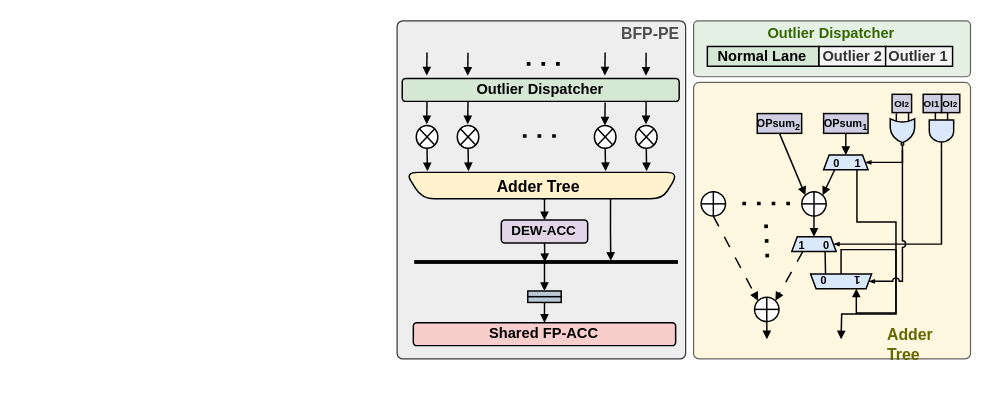
This is research1/architecture/top2_dewa_fpacc_architecture.drawio from akira2963753/research-space, a draw.io file, before an edit. Source tidied: cells renumbered, new cells numbered last; positions are measured from the earlier drawing's top-left corner, leaving out a move shared by most shapes. Both pictures are drawn from the tidied source at 122%, with x=0, y=0 at pixel (396, 21).
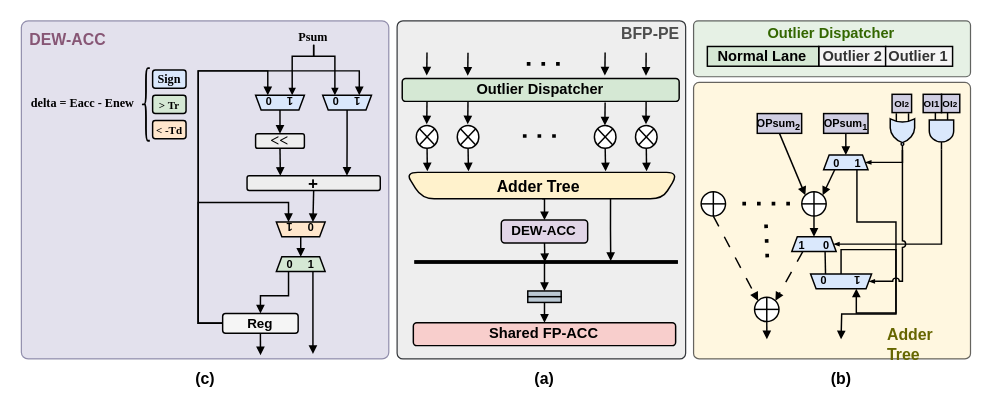
Above is the later version.

The change refers to these unchanged cells:
```xml
<mxCell id="34" style="shape=sumEllipse;perimeter=ellipsePerimeter;whiteSpace=wrap;html=1;backgroundOutline=1;strokeWidth=1.2;fontFamily= EB Garamond ;fontStyle=1;strokeColor=default;" parent="1" vertex="1">
  <mxGeometry x="15.7" y="85.3" width="17.7" height="18.8" as="geometry" />
</mxCell>
<mxCell id="36" style="shape=sumEllipse;perimeter=ellipsePerimeter;whiteSpace=wrap;html=1;backgroundOutline=1;strokeWidth=1.2;fontFamily= EB Garamond ;fontStyle=1;strokeColor=default;" parent="1" vertex="1">
  <mxGeometry x="49.3" y="85.3" width="17.7" height="18.8" as="geometry" />
</mxCell>
<mxCell id="38" style="shape=sumEllipse;perimeter=ellipsePerimeter;whiteSpace=wrap;html=1;backgroundOutline=1;strokeWidth=1.2;fontFamily= EB Garamond ;fontStyle=1;strokeColor=default;" parent="1" vertex="1">
  <mxGeometry x="161.7" y="85.3" width="17.7" height="18.8" as="geometry" />
</mxCell>
<mxCell id="40" style="shape=sumEllipse;perimeter=ellipsePerimeter;whiteSpace=wrap;html=1;backgroundOutline=1;strokeWidth=1.2;fontFamily= EB Garamond ;fontStyle=1;strokeColor=default;" parent="1" vertex="1">
  <mxGeometry x="195.4" y="85.3" width="17.7" height="18.8" as="geometry" />
</mxCell>
<mxCell id="57" value="&lt;div&gt;&lt;br&gt;&lt;/div&gt;" style="shape=trapezoid;perimeter=trapezoidPerimeter;whiteSpace=wrap;html=1;shapeInside=1;fixedSize=1;rotation=-180;size=13.349999999999909;shadow=0;strokeWidth=1.2;fillColor=#fff2cc;strokeColor=default;rounded=1;fontFamily= EB Garamond ;" parent="1" vertex="1">
  <mxGeometry x="7" y="123.8" width="223.9" height="21.6" as="geometry" />
</mxCell>
```

Diff of the diagram source:
```diff
@@
+    <mxCell id="70" style="rounded=1;whiteSpace=wrap;html=1;shadow=0;strokeWidth=1;fontFamily= EB Garamond ;fontStyle=1;glass=0;strokeColor=#56517e;fillColor=#d0cee2;arcSize=2;opacity=60;" parent="1" vertex="1">
+      <mxGeometry x="-308" y="-0.4" width="301.2" height="277.1" as="geometry" />
+    </mxCell>
@@
     <mxCell id="14" style="endArrow=none;dashed=1;html=1;dashPattern=1 3;strokeWidth=3;rounded=0;fontFamily= EB Garamond ;fontStyle=1;" parent="1" edge="1">
       <mxGeometry relative="1" as="geometry">
-        <mxPoint x="283" y="149.3" as="sourcePoint" />
-        <mxPoint x="323" y="149.3" as="targetPoint" />
+        <mxPoint x="283" y="149.4" as="sourcePoint" />
+        <mxPoint x="323" y="149.4" as="targetPoint" />
       </mxGeometry>
     </mxCell>
@@
     <mxCell id="33" style="edgeStyle=orthogonalEdgeStyle;rounded=0;jettySize=auto;html=1;exitX=0.5;exitY=1;exitDx=0;exitDy=0;strokeWidth=1.2;endSize=4;endArrow=block;endFill=1;fontFamily= EB Garamond ;" parent="1" edge="1" source="34">
       <mxGeometry relative="1" as="geometry">
-        <mxPoint x="24.8" y="122.8" as="targetPoint" />
+        <mxPoint x="24.8" y="122.9" as="targetPoint" />
       </mxGeometry>
     </mxCell>
@@
     <mxCell id="35" style="edgeStyle=orthogonalEdgeStyle;rounded=0;jettySize=auto;html=1;exitX=0.5;exitY=1;exitDx=0;exitDy=0;strokeWidth=1.2;endSize=4;endArrow=block;endFill=1;fontFamily= EB Garamond ;" parent="1" edge="1" source="36">
       <mxGeometry relative="1" as="geometry">
-        <mxPoint x="58.5" y="122.8" as="targetPoint" />
+        <mxPoint x="58.5" y="122.9" as="targetPoint" />
       </mxGeometry>
     </mxCell>
@@
     <mxCell id="37" style="edgeStyle=orthogonalEdgeStyle;rounded=0;jettySize=auto;html=1;exitX=0.5;exitY=1;exitDx=0;exitDy=0;strokeWidth=1.2;endSize=4;endArrow=block;endFill=1;fontFamily= EB Garamond ;" parent="1" edge="1" source="38">
       <mxGeometry relative="1" as="geometry">
-        <mxPoint x="170.9" y="122.8" as="targetPoint" />
+        <mxPoint x="170.9" y="122.9" as="targetPoint" />
       </mxGeometry>
     </mxCell>
@@
     <mxCell id="39" style="edgeStyle=orthogonalEdgeStyle;rounded=0;jettySize=auto;html=1;exitX=0.5;exitY=1;exitDx=0;exitDy=0;strokeWidth=1.2;endSize=4;endArrow=block;endFill=1;fontFamily= EB Garamond ;" parent="1" edge="1" source="40">
       <mxGeometry relative="1" as="geometry">
-        <mxPoint x="204.5" y="122.8" as="targetPoint" />
+        <mxPoint x="204.5" y="122.9" as="targetPoint" />
       </mxGeometry>
     </mxCell>
@@
     <mxCell id="51" style="edgeStyle=orthogonalEdgeStyle;rounded=0;orthogonalLoop=1;jettySize=auto;html=1;exitX=0.5;exitY=1;exitDx=0;exitDy=0;strokeWidth=1.2;endSize=4;endArrow=block;endFill=1;fontFamily= EB Garamond ;" parent="1" edge="1">
       <mxGeometry relative="1" as="geometry">
         <mxPoint x="24.5" y="65.6" as="sourcePoint" />
-        <mxPoint x="24.3" y="84.3" as="targetPoint" />
+        <mxPoint x="24.3" y="84.4" as="targetPoint" />
       </mxGeometry>
     </mxCell>
     <mxCell id="52" style="edgeStyle=orthogonalEdgeStyle;rounded=0;orthogonalLoop=1;jettySize=auto;html=1;exitX=0.5;exitY=1;exitDx=0;exitDy=0;strokeWidth=1.2;endSize=4;endArrow=block;endFill=1;fontFamily= EB Garamond ;" parent="1" edge="1">
       <mxGeometry relative="1" as="geometry">
         <mxPoint x="58.1" y="65.6" as="sourcePoint" />
-        <mxPoint x="57.9" y="84.3" as="targetPoint" />
+        <mxPoint x="57.9" y="84.4" as="targetPoint" />
       </mxGeometry>
     </mxCell>
@@
     <mxCell id="54" style="edgeStyle=orthogonalEdgeStyle;rounded=0;orthogonalLoop=1;jettySize=auto;html=1;exitX=0.5;exitY=1;exitDx=0;exitDy=0;strokeWidth=1.2;endSize=4;endArrow=block;endFill=1;fontFamily= EB Garamond ;" parent="1" edge="1">
       <mxGeometry relative="1" as="geometry">
         <mxPoint x="204.1" y="65.6" as="sourcePoint" />
-        <mxPoint x="204" y="84.3" as="targetPoint" />
+        <mxPoint x="204" y="84.4" as="targetPoint" />
       </mxGeometry>
     </mxCell>
@@
     <mxCell id="56" style="edgeStyle=orthogonalEdgeStyle;rounded=0;jettySize=auto;html=1;exitX=0.25;exitY=0;exitDx=0;exitDy=0;strokeWidth=1.2;endSize=4;endArrow=block;endFill=1;fontFamily= EB Garamond ;" parent="1" edge="1" source="57">
       <mxGeometry relative="1" as="geometry">
-        <mxPoint x="175.1" y="196.3" as="targetPoint" />
+        <mxPoint x="175.1" y="196.4" as="targetPoint" />
       </mxGeometry>
     </mxCell>
@@
+    <mxCell id="71" style="edgeStyle=orthogonalEdgeStyle;rounded=0;jettySize=auto;html=1;exitX=0;exitY=0.5;exitDx=0;exitDy=0;entryX=0.75;entryY=1;entryDx=0;entryDy=0;endSize=4;endArrow=block;endFill=1;strokeWidth=1.2;" parent="1" edge="1" source="75" target="94">
+      <mxGeometry relative="1" as="geometry">
+        <Array as="points">
+          <mxPoint x="-163" y="247.6" />
+          <mxPoint x="-163" y="148.5" />
+          <mxPoint x="-89" y="148.5" />
+        </Array>
+      </mxGeometry>
+    </mxCell>
+    <mxCell id="72" style="edgeStyle=orthogonalEdgeStyle;rounded=0;jettySize=auto;html=1;exitX=0;exitY=0.5;exitDx=0;exitDy=0;entryX=0.75;entryY=1;entryDx=0;entryDy=0;strokeWidth=1.2;endSize=4;endArrow=block;endFill=1;" parent="1" edge="1" source="75" target="77">
+      <mxGeometry relative="1" as="geometry">
+        <Array as="points">
+          <mxPoint x="-163" y="247.6" />
+          <mxPoint x="-163" y="40.6" />
+          <mxPoint x="-106" y="40.6" />
+        </Array>
+      </mxGeometry>
+    </mxCell>
+    <mxCell id="73" style="edgeStyle=orthogonalEdgeStyle;rounded=0;jettySize=auto;html=1;exitX=0;exitY=0.5;exitDx=0;exitDy=0;entryX=0.25;entryY=1;entryDx=0;entryDy=0;strokeWidth=1.2;endSize=4;endArrow=block;endFill=1;" parent="1" edge="1" source="75" target="83">
+      <mxGeometry relative="1" as="geometry" />
+    </mxCell>
+    <mxCell id="74" style="edgeStyle=orthogonalEdgeStyle;rounded=0;jettySize=auto;html=1;exitX=0.5;exitY=1;exitDx=0;exitDy=0;endSize=4;endArrow=block;endFill=1;strokeWidth=1.2;" parent="1" edge="1" source="75">
+      <mxGeometry relative="1" as="geometry">
+        <mxPoint x="-112" y="273.6" as="targetPoint" />
+      </mxGeometry>
+    </mxCell>
+    <mxCell id="75" value="&lt;font color=&quot;#000000&quot; face=&quot;EB Garamond&quot; style=&quot;font-size: 11px;&quot;&gt;&lt;b&gt;Reg&lt;/b&gt;&lt;/font&gt;" style="rounded=1;whiteSpace=wrap;html=1;strokeWidth=1.2;fillColor=#f5f5f5;strokeColor=default;fontColor=#333333;" parent="1" vertex="1">
+      <mxGeometry x="-143" y="239.4" width="61.9" height="16.2" as="geometry" />
+    </mxCell>
+    <mxCell id="76" style="edgeStyle=orthogonalEdgeStyle;rounded=0;jettySize=auto;html=1;exitX=0.5;exitY=0;exitDx=0;exitDy=0;entryX=0.5;entryY=0;entryDx=0;entryDy=0;endSize=4;endArrow=block;endFill=1;strokeWidth=1.2;" parent="1" edge="1" source="77" target="79">
+      <mxGeometry relative="1" as="geometry" />
+    </mxCell>
+    <mxCell id="77" value="&lt;b style=&quot;font-size: 9px;&quot;&gt;&amp;nbsp;1&amp;nbsp; &amp;nbsp; &amp;nbsp;0&amp;nbsp;&lt;/b&gt;" style="shape=trapezoid;perimeter=trapezoidPerimeter;whiteSpace=wrap;html=1;fixedSize=1;size=4.5172624259159875;rotation=-180;fillColor=#dae8fc;strokeColor=default;strokeWidth=1.2;fontFamily= EB Garamond ;align=center;" parent="1" vertex="1">
+      <mxGeometry x="-116" y="60.6" width="40" height="12" as="geometry" />
+    </mxCell>
+    <mxCell id="78" style="edgeStyle=orthogonalEdgeStyle;rounded=0;jettySize=auto;html=1;exitX=0.5;exitY=1;exitDx=0;exitDy=0;entryX=0.25;entryY=0;entryDx=0;entryDy=0;strokeWidth=1.2;endSize=4;endArrow=block;endFill=1;" parent="1" edge="1" source="79" target="82">
+      <mxGeometry relative="1" as="geometry" />
+    </mxCell>
+    <mxCell id="79" value="&lt;font style=&quot;font-size: 13px;&quot; face=&quot;Garamond&quot;&gt;&amp;lt;&amp;lt;&lt;/font&gt;" style="rounded=1;whiteSpace=wrap;html=1;fillColor=#eeeeee;strokeColor=default;strokeWidth=1.2;fontFamily= EB Garamond ;fontStyle=1;shadow=0;" parent="1" vertex="1">
+      <mxGeometry x="-116" y="92.1" width="40" height="12" as="geometry" />
+    </mxCell>
+    <mxCell id="80" style="edgeStyle=orthogonalEdgeStyle;rounded=0;jettySize=auto;html=1;exitX=0.5;exitY=0;exitDx=0;exitDy=0;entryX=0.75;entryY=0;entryDx=0;entryDy=0;endSize=4;endArrow=block;endFill=1;strokeWidth=1.2;" parent="1" edge="1" source="83" target="82">
+      <mxGeometry relative="1" as="geometry" />
+    </mxCell>
+    <mxCell id="81" style="edgeStyle=orthogonalEdgeStyle;rounded=0;jettySize=auto;html=1;exitX=0.5;exitY=1;exitDx=0;exitDy=0;entryX=0.25;entryY=1;entryDx=0;entryDy=0;endSize=4;endArrow=block;endFill=1;strokeWidth=1.2;" parent="1" edge="1" source="82" target="94">
+      <mxGeometry relative="1" as="geometry" />
+    </mxCell>
+    <mxCell id="82" value="&lt;font style=&quot;font-size: 13px;&quot; face=&quot;Lucida Console&quot;&gt;+&lt;/font&gt;" style="rounded=1;whiteSpace=wrap;html=1;fillColor=#eeeeee;strokeColor=default;strokeWidth=1.2;fontFamily= EB Garamond ;fontStyle=1;shadow=0;" parent="1" vertex="1">
+      <mxGeometry x="-123" y="126.6" width="109.2" height="12" as="geometry" />
+    </mxCell>
+    <mxCell id="83" value="&lt;font style=&quot;font-size: 9px;&quot;&gt;&lt;b style=&quot;&quot;&gt;&amp;nbsp;1&amp;nbsp; &amp;nbsp; &amp;nbsp;0&amp;nbsp;&lt;/b&gt;&lt;/font&gt;" style="shape=trapezoid;perimeter=trapezoidPerimeter;whiteSpace=wrap;html=1;fixedSize=1;size=4.5172624259159875;rotation=-180;fillColor=#dae8fc;strokeColor=default;strokeWidth=1.2;fontFamily= EB Garamond ;align=center;" parent="1" vertex="1">
+      <mxGeometry x="-61" y="60.6" width="40" height="12" as="geometry" />
+    </mxCell>
+    <mxCell id="84" style="edgeStyle=orthogonalEdgeStyle;rounded=0;jettySize=auto;html=1;exitX=0.5;exitY=1;exitDx=0;exitDy=0;entryX=0.25;entryY=1;entryDx=0;entryDy=0;endSize=3;endArrow=block;endFill=1;strokeWidth=1.2;" parent="1" edge="1" source="86" target="77">
+      <mxGeometry relative="1" as="geometry">
+        <Array as="points">
+          <mxPoint x="-68.4" y="28.6" />
+          <mxPoint x="-86" y="28.6" />
+        </Array>
+      </mxGeometry>
+    </mxCell>
+    <mxCell id="85" style="edgeStyle=orthogonalEdgeStyle;rounded=0;jettySize=auto;html=1;exitX=0.5;exitY=1;exitDx=0;exitDy=0;entryX=0.75;entryY=1;entryDx=0;entryDy=0;endSize=3;endArrow=block;endFill=1;strokeWidth=1.2;" parent="1" edge="1" source="86" target="83">
+      <mxGeometry relative="1" as="geometry">
+        <Array as="points">
+          <mxPoint x="-68.4" y="28.6" />
+          <mxPoint x="-51" y="28.6" />
+        </Array>
+      </mxGeometry>
+    </mxCell>
+    <mxCell id="86" value="&lt;font face=&quot;Garamond&quot;&gt;&lt;span style=&quot;font-size: 10px;&quot;&gt;&lt;b&gt;Psum&lt;/b&gt;&lt;/span&gt;&lt;/font&gt;" style="text;html=1;whiteSpace=wrap;strokeColor=none;fillColor=none;align=center;verticalAlign=middle;rounded=0;" parent="1" vertex="1">
+      <mxGeometry x="-82.1" y="7.1" width="27.4" height="12" as="geometry" />
+    </mxCell>
+    <mxCell id="87" value="&lt;font face=&quot;Garamond&quot; style=&quot;font-size: 10px;&quot;&gt;&lt;b style=&quot;&quot;&gt;delta = Eacc - Enew&lt;/b&gt;&lt;/font&gt;" style="text;html=1;whiteSpace=wrap;strokeColor=none;fillColor=none;align=center;verticalAlign=middle;rounded=0;" parent="1" vertex="1">
+      <mxGeometry x="-303" y="57.2" width="91.3" height="18.8" as="geometry" />
+    </mxCell>
+    <mxCell id="88" value="&lt;font style=&quot;font-size: 9px;&quot; face=&quot;Garamond&quot;&gt;&amp;lt; -Td&lt;/font&gt;" style="rounded=1;whiteSpace=wrap;html=1;fillColor=#ffe6cc;strokeColor=default;strokeWidth=1.2;fontFamily= EB Garamond ;fontStyle=1;shadow=0;" parent="1" vertex="1">
+      <mxGeometry x="-200.4" y="81.3" width="27.4" height="15" as="geometry" />
+    </mxCell>
+    <mxCell id="89" value="&lt;font style=&quot;font-size: 9px;&quot; face=&quot;Garamond&quot;&gt;&amp;gt; Tr&lt;/font&gt;" style="rounded=1;whiteSpace=wrap;html=1;fillColor=#d5e8d4;strokeColor=default;strokeWidth=1.2;fontFamily= EB Garamond ;fontStyle=1;shadow=0;" parent="1" vertex="1">
+      <mxGeometry x="-200.4" y="60.6" width="27.4" height="15" as="geometry" />
+    </mxCell>
+    <mxCell id="90" style="edgeStyle=orthogonalEdgeStyle;rounded=0;jettySize=auto;html=1;exitX=0.25;exitY=1;exitDx=0;exitDy=0;entryX=0.5;entryY=0;entryDx=0;entryDy=0;endSize=4;endArrow=block;endFill=1;strokeWidth=1.2;" parent="1" edge="1" source="92" target="75">
+      <mxGeometry relative="1" as="geometry" />
+    </mxCell>
+    <mxCell id="91" style="edgeStyle=orthogonalEdgeStyle;rounded=0;jettySize=auto;html=1;exitX=0.75;exitY=1;exitDx=0;exitDy=0;endSize=4;endArrow=block;endFill=1;strokeWidth=1.2;" parent="1" edge="1" source="92">
+      <mxGeometry relative="1" as="geometry">
+        <mxPoint x="-69" y="272.6" as="targetPoint" />
+      </mxGeometry>
+    </mxCell>
+    <mxCell id="92" value="&lt;font style=&quot;font-size: 9px;&quot;&gt;&lt;b style=&quot;&quot;&gt;&amp;nbsp;0&amp;nbsp; &amp;nbsp; &amp;nbsp;1&amp;nbsp;&lt;/b&gt;&lt;/font&gt;" style="shape=trapezoid;perimeter=trapezoidPerimeter;whiteSpace=wrap;html=1;fixedSize=1;size=4.5172624259159875;rotation=0;fillColor=#d5e8d4;strokeColor=default;strokeWidth=1.2;fontFamily= EB Garamond ;align=center;" parent="1" vertex="1">
+      <mxGeometry x="-99" y="193" width="40" height="12" as="geometry" />
+    </mxCell>
+    <mxCell id="93" style="edgeStyle=orthogonalEdgeStyle;rounded=0;jettySize=auto;html=1;exitX=0.5;exitY=0;exitDx=0;exitDy=0;entryX=0.5;entryY=0;entryDx=0;entryDy=0;endSize=4;endArrow=block;endFill=1;strokeWidth=1.2;" parent="1" edge="1" source="94" target="92">
+      <mxGeometry relative="1" as="geometry" />
+    </mxCell>
+    <mxCell id="94" value="&lt;font style=&quot;font-size: 9px;&quot;&gt;&lt;b style=&quot;&quot;&gt;&amp;nbsp;0&amp;nbsp; &amp;nbsp; &amp;nbsp;1&amp;nbsp;&lt;/b&gt;&lt;/font&gt;" style="shape=trapezoid;perimeter=trapezoidPerimeter;whiteSpace=wrap;html=1;fixedSize=1;size=4.5172624259159875;rotation=-180;fillColor=#ffe6cc;strokeColor=default;strokeWidth=1.2;fontFamily= EB Garamond ;align=center;" parent="1" vertex="1">
+      <mxGeometry x="-99" y="164.5" width="40" height="12" as="geometry" />
+    </mxCell>
+    <mxCell id="95" value="&lt;font face=&quot;Garamond&quot; size=&quot;1&quot;&gt;Sign&lt;/font&gt;" style="rounded=1;whiteSpace=wrap;html=1;fillColor=#dae8fc;strokeColor=default;strokeWidth=1.2;fontFamily= EB Garamond ;fontStyle=1;shadow=0;" parent="1" vertex="1">
+      <mxGeometry x="-200.4" y="39.9" width="27.4" height="15" as="geometry" />
+    </mxCell>
+    <mxCell id="96" style="shape=curlyBracket;whiteSpace=wrap;html=1;rounded=1;labelPosition=left;verticalLabelPosition=middle;align=right;verticalAlign=middle;strokeWidth=1.5;" parent="1" vertex="1">
+      <mxGeometry x="-209" y="38.3" width="6.3" height="59.6" as="geometry" />
+    </mxCell>
+    <mxCell id="97" value="&lt;div style=&quot;&quot;&gt;&lt;font&gt;&lt;span style=&quot;font-size: 13px; color: rgb(135, 86, 117);&quot;&gt;DEW-ACC&lt;/span&gt;&lt;/font&gt;&lt;/div&gt;" style="text;html=1;whiteSpace=wrap;align=left;verticalAlign=middle;rounded=0;fontFamily= EB Garamond ;fontStyle=1;strokeWidth=1.2;" parent="1" vertex="1">
+      <mxGeometry x="-303" y="8.6" width="70.8" height="12" as="geometry" />
+    </mxCell>
+    <mxCell id="98" value="&lt;div style=&quot;&quot;&gt;&lt;font&gt;&lt;span style=&quot;font-size: 13px; color: rgb(0, 0, 0);&quot;&gt;(a)&lt;/span&gt;&lt;/font&gt;&lt;/div&gt;" style="text;html=1;whiteSpace=wrap;align=left;verticalAlign=middle;rounded=0;fontFamily= EB Garamond ;fontStyle=1;strokeWidth=1.2;" parent="1" vertex="1">
+      <mxGeometry x="110.8" y="282.6" width="20" height="20" as="geometry" />
+    </mxCell>
+    <mxCell id="99" value="&lt;div style=&quot;&quot;&gt;&lt;font&gt;&lt;span style=&quot;font-size: 13px; color: rgb(0, 0, 0);&quot;&gt;(b)&lt;/span&gt;&lt;/font&gt;&lt;/div&gt;" style="text;html=1;whiteSpace=wrap;align=left;verticalAlign=middle;rounded=0;fontFamily= EB Garamond ;fontStyle=1;strokeWidth=1.2;" parent="1" vertex="1">
+      <mxGeometry x="353.9" y="282.6" width="20" height="20" as="geometry" />
+    </mxCell>
+    <mxCell id="100" value="&lt;div style=&quot;&quot;&gt;&lt;font&gt;&lt;span style=&quot;font-size: 13px; color: rgb(0, 0, 0);&quot;&gt;(c)&lt;/span&gt;&lt;/font&gt;&lt;/div&gt;" style="text;html=1;whiteSpace=wrap;align=left;verticalAlign=middle;rounded=0;fontFamily= EB Garamond ;fontStyle=1;strokeWidth=1.2;" parent="1" vertex="1">
+      <mxGeometry x="-167.4" y="282.6" width="20" height="20" as="geometry" />
+    </mxCell>
```
